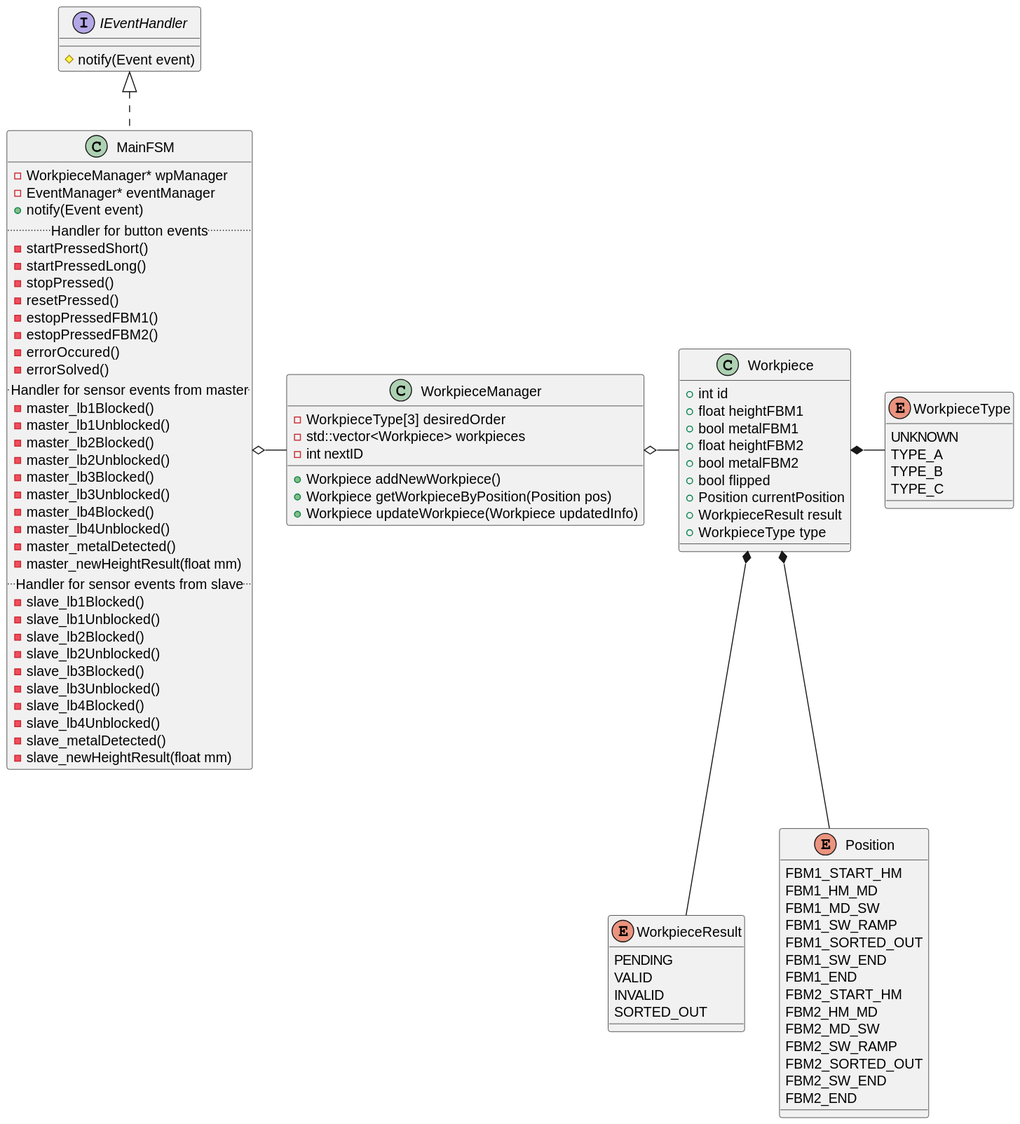
This is docs/diagrams/classes/main_fsm.svg from u2knwy/ESEP-2023SoSe-Team-2-1, a PlantUML export, as it was before one commit.
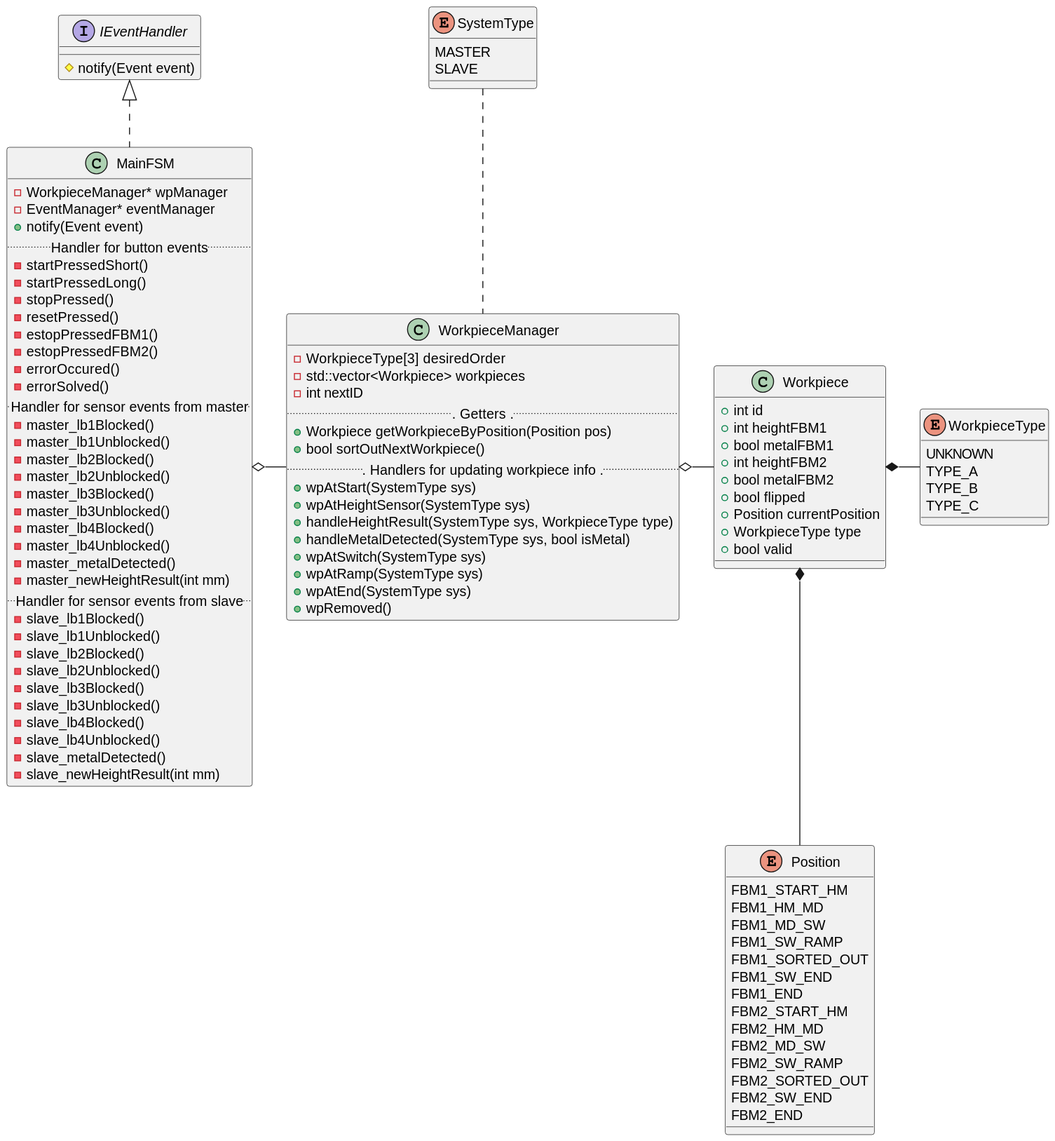
The same diagram one commit later.

Commit message:
Update MainFSM class diagram

Diff of the diagram source:
```diff
@@ -8,13 +8,6 @@
   TYPE_A
   TYPE_B
   TYPE_C
-}
-
-enum WorkpieceResult {
-  PENDING
-  VALID
-  INVALID
-  SORTED_OUT
 }
 
 enum Position {
@@ -36,30 +29,44 @@
 
 class Workpiece {
   +int id
-  +float heightFBM1
+  +int heightFBM1
   +bool metalFBM1
-  +float heightFBM2
+  +int heightFBM2
   +bool metalFBM2
   +bool flipped
   +Position currentPosition
-  +WorkpieceResult result
   +WorkpieceType type
+  +bool valid
 }
 
 Workpiece *-- Position
 Workpiece *- WorkpieceType
-Workpiece *-- WorkpieceResult
+
+enum SystemType {
+  MASTER
+  SLAVE
+}
 
 class WorkpieceManager {
   -WorkpieceType[3] desiredOrder
   -std::vector<Workpiece> workpieces
   -int nextID
-  +Workpiece addNewWorkpiece()
+  ... Getters ...
   +Workpiece getWorkpieceByPosition(Position pos)
-  +Workpiece updateWorkpiece(Workpiece updatedInfo)
+  +bool sortOutNextWorkpiece()
+  ... Handlers for updating workpiece info ...
+  +wpAtStart(SystemType sys)
+  +wpAtHeightSensor(SystemType sys)
+  +handleHeightResult(SystemType sys, WorkpieceType type)
+  +handleMetalDetected(SystemType sys, bool isMetal)
+  +wpAtSwitch(SystemType sys)
+  +wpAtRamp(SystemType sys)
+  +wpAtEnd(SystemType sys)
+  +wpRemoved()
 }
 
 WorkpieceManager o- Workpiece
+SystemType .. WorkpieceManager
 
 class MainFSM {
   -WorkpieceManager* wpManager
@@ -84,7 +91,7 @@
   -master_lb4Blocked()
   -master_lb4Unblocked()
   -master_metalDetected()
-  -master_newHeightResult(float mm)
+  -master_newHeightResult(int mm)
   .. Handler for sensor events from slave ..
   -slave_lb1Blocked()
   -slave_lb1Unblocked()
@@ -95,7 +102,7 @@
   -slave_lb4Blocked()
   -slave_lb4Unblocked()
   -slave_metalDetected()
-  -slave_newHeightResult(float mm)
+  -slave_newHeightResult(int mm)
 }
 
 IEventHandler <|.. MainFSM
```
